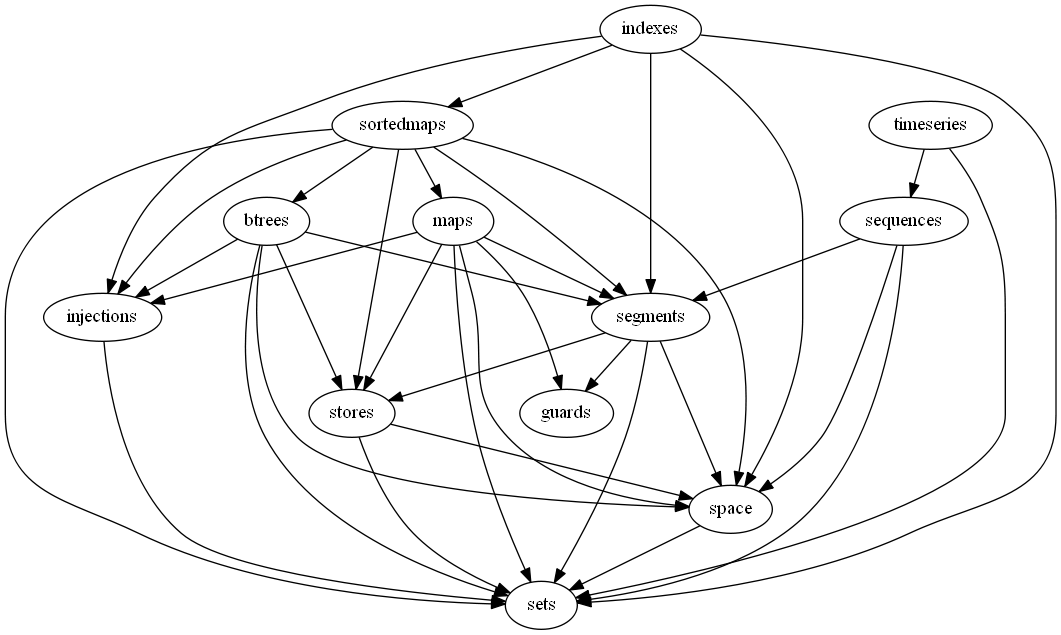
Amplifino/obelix keeps this Graphviz diagram as dependencies.gv.png. Above is the earlier version. Its source is kept beside it as dependencies.gv.
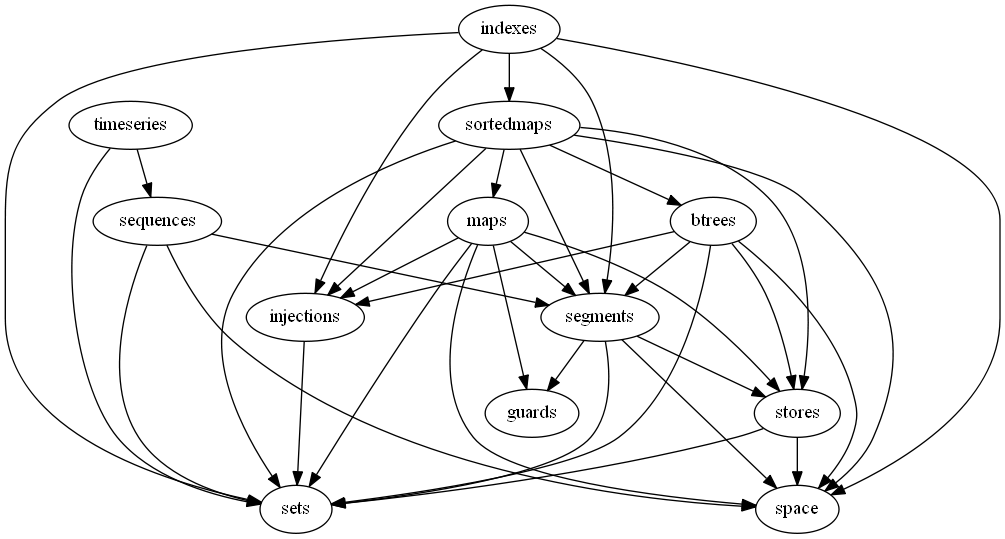
The same diagram one commit later.

Change to the diagram source:
```diff
@@ -30,7 +30,6 @@
 sortedmaps -> stores;
 sortedmaps -> btrees;
 sortedmaps -> injections;
-space -> sets;
 stores -> space;
 stores -> sets;
 timeseries -> sets;
```
